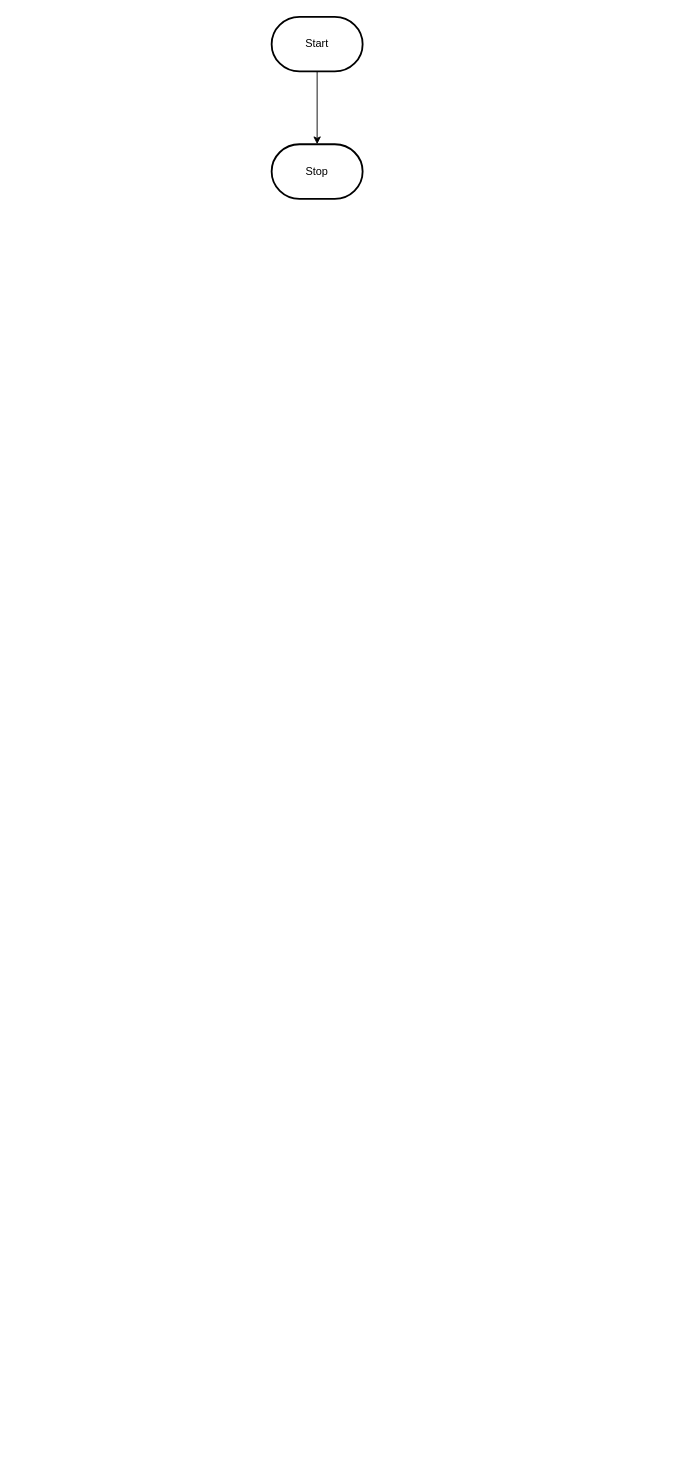
This is design/flowchart.drawio from MTHS-TEJ2O-1-2023/TEJ2O-Unit-2-09-giordan-zeina, a draw.io file, before an edit. Source tidied: cells renumbered, new cells numbered last; positions are measured from the earlier drawing's top-left corner, leaving out a move shared by most shapes. Both pictures are drawn from the tidied source at 91%, with x=0, y=0 at pixel (271, 16).
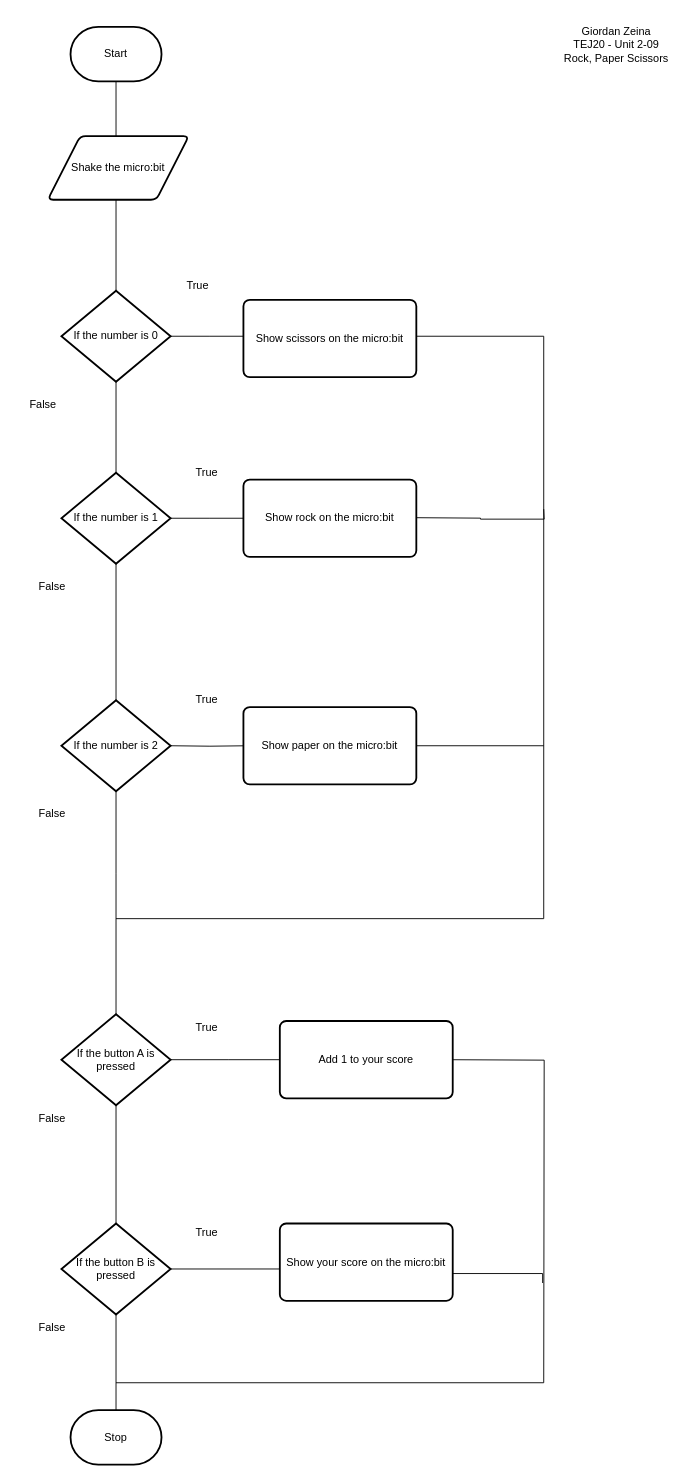
The same diagram, later.

Change to the diagram source:
```diff
@@
-    <mxCell id="2" style="edgeStyle=orthogonalEdgeStyle;html=1;rounded=0;" parent="1" edge="1" source="3" target="4">
-      <mxGeometry relative="1" as="geometry" />
+    <mxCell id="2" style="edgeStyle=orthogonalEdgeStyle;html=1;rounded=0;endArrow=none;endFill=0;" parent="1" edge="1" source="3" target="4">
+      <mxGeometry relative="1" as="geometry">
+        <Array as="points">
+          <mxPoint x="-171" y="941" />
+          <mxPoint x="-171" y="941" />
+        </Array>
+      </mxGeometry>
     </mxCell>
     <mxCell id="3" value="Start" style="strokeWidth=2;html=1;shape=mxgraph.flowchart.terminator;whiteSpace=wrap;" parent="1" vertex="1">
-      <mxGeometry width="100" height="60" as="geometry" />
+      <mxGeometry x="-221" y="11" width="100" height="60" as="geometry" />
     </mxCell>
     <mxCell id="4" value="Stop" style="strokeWidth=2;html=1;shape=mxgraph.flowchart.terminator;whiteSpace=wrap;" parent="1" vertex="1">
-      <mxGeometry y="140" width="100" height="60" as="geometry" />
+      <mxGeometry x="-221" y="1531" width="100" height="60" as="geometry" />
     </mxCell>
+    <mxCell id="5" style="edgeStyle=orthogonalEdgeStyle;rounded=0;html=1;exitX=1;exitY=0.5;exitDx=0;exitDy=0;exitPerimeter=0;entryX=0;entryY=0.5;entryDx=0;entryDy=0;endArrow=none;endFill=0;elbow=vertical;" parent="1" edge="1" source="6">
+      <mxGeometry relative="1" as="geometry">
+        <mxPoint x="-24.6" y="351" as="targetPoint" />
+      </mxGeometry>
+    </mxCell>
+    <mxCell id="6" value="If the number is 0" style="strokeWidth=2;html=1;shape=mxgraph.flowchart.decision;whiteSpace=wrap;" parent="1" vertex="1">
+      <mxGeometry x="-231" y="301" width="120" height="100" as="geometry" />
+    </mxCell>
+    <mxCell id="7" value="True" style="text;html=1;strokeColor=none;fillColor=none;align=center;verticalAlign=middle;whiteSpace=wrap;rounded=0;" parent="1" vertex="1">
+      <mxGeometry x="-111" y="281" width="60" height="30" as="geometry" />
+    </mxCell>
+    <mxCell id="8" value="False" style="text;html=1;strokeColor=none;fillColor=none;align=center;verticalAlign=middle;whiteSpace=wrap;rounded=0;" parent="1" vertex="1">
+      <mxGeometry x="-281" y="411" width="60" height="30" as="geometry" />
+    </mxCell>
+    <mxCell id="9" value="Shake the micro:bit" style="shape=parallelogram;html=1;strokeWidth=2;perimeter=parallelogramPerimeter;whiteSpace=wrap;rounded=1;arcSize=12;size=0.23;" parent="1" vertex="1">
+      <mxGeometry x="-246" y="131" width="155" height="70" as="geometry" />
+    </mxCell>
+    <mxCell id="10" style="edgeStyle=orthogonalEdgeStyle;rounded=0;html=1;exitX=1;exitY=0.5;exitDx=0;exitDy=0;endArrow=none;endFill=0;elbow=vertical;" parent="1" edge="1" source="29">
+      <mxGeometry relative="1" as="geometry">
+        <mxPoint x="299" y="991" as="targetPoint" />
+        <Array as="points">
+          <mxPoint x="109" y="351" />
+          <mxPoint x="299" y="351" />
+        </Array>
+      </mxGeometry>
+    </mxCell>
+    <mxCell id="11" style="edgeStyle=orthogonalEdgeStyle;rounded=0;html=1;exitX=1;exitY=0.5;exitDx=0;exitDy=0;exitPerimeter=0;entryX=0;entryY=0.5;entryDx=0;entryDy=0;endArrow=none;endFill=0;elbow=vertical;" parent="1" edge="1" source="12">
+      <mxGeometry relative="1" as="geometry">
+        <mxPoint x="-24.6" y="551" as="targetPoint" />
+      </mxGeometry>
+    </mxCell>
+    <mxCell id="12" value="If the number is 1" style="strokeWidth=2;html=1;shape=mxgraph.flowchart.decision;whiteSpace=wrap;" parent="1" vertex="1">
+      <mxGeometry x="-231" y="501" width="120" height="100" as="geometry" />
+    </mxCell>
+    <mxCell id="13" value="If the number is 2" style="strokeWidth=2;html=1;shape=mxgraph.flowchart.decision;whiteSpace=wrap;" parent="1" vertex="1">
+      <mxGeometry x="-231" y="751" width="120" height="100" as="geometry" />
+    </mxCell>
+    <mxCell id="14" style="edgeStyle=orthogonalEdgeStyle;rounded=0;html=1;exitX=1;exitY=0.5;exitDx=0;exitDy=0;endArrow=none;endFill=0;elbow=vertical;" parent="1" edge="1">
+      <mxGeometry relative="1" as="geometry">
+        <mxPoint x="152.6" y="801" as="sourcePoint" />
+        <mxPoint x="299" y="801" as="targetPoint" />
+      </mxGeometry>
+    </mxCell>
+    <mxCell id="15" style="edgeStyle=orthogonalEdgeStyle;rounded=0;html=1;exitX=0;exitY=0.5;exitDx=0;exitDy=0;entryX=1;entryY=0.5;entryDx=0;entryDy=0;entryPerimeter=0;endArrow=none;endFill=0;elbow=vertical;" parent="1" edge="1" target="13">
+      <mxGeometry relative="1" as="geometry">
+        <mxPoint x="-24.6" y="801" as="sourcePoint" />
+      </mxGeometry>
+    </mxCell>
+    <mxCell id="16" style="endArrow=none;html=1;rounded=0;elbow=vertical;edgeStyle=orthogonalEdgeStyle;endFill=0;" parent="1" edge="1">
+      <mxGeometry relative="1" as="geometry">
+        <mxPoint x="-171" y="991" as="sourcePoint" />
+        <mxPoint x="299" y="991" as="targetPoint" />
+      </mxGeometry>
+    </mxCell>
+    <mxCell id="17" value="False" style="text;html=1;strokeColor=none;fillColor=none;align=center;verticalAlign=middle;whiteSpace=wrap;rounded=0;" parent="1" vertex="1">
+      <mxGeometry x="-271" y="861" width="60" height="30" as="geometry" />
+    </mxCell>
+    <mxCell id="18" value="False" style="text;html=1;strokeColor=none;fillColor=none;align=center;verticalAlign=middle;whiteSpace=wrap;rounded=0;" parent="1" vertex="1">
+      <mxGeometry x="-271" y="611" width="60" height="30" as="geometry" />
+    </mxCell>
+    <mxCell id="19" value="True" style="text;html=1;strokeColor=none;fillColor=none;align=center;verticalAlign=middle;whiteSpace=wrap;rounded=0;" parent="1" vertex="1">
+      <mxGeometry x="-101" y="736" width="60" height="30" as="geometry" />
+    </mxCell>
+    <mxCell id="20" value="True" style="text;html=1;strokeColor=none;fillColor=none;align=center;verticalAlign=middle;whiteSpace=wrap;rounded=0;" parent="1" vertex="1">
+      <mxGeometry x="-101" y="486" width="60" height="30" as="geometry" />
+    </mxCell>
+    <mxCell id="21" style="edgeStyle=orthogonalEdgeStyle;rounded=0;html=1;exitX=1;exitY=0.5;exitDx=0;exitDy=0;exitPerimeter=0;endArrow=none;endFill=0;elbow=vertical;" parent="1" edge="1" source="22">
+      <mxGeometry relative="1" as="geometry">
+        <mxPoint x="15.4" y="1146" as="targetPoint" />
+      </mxGeometry>
+    </mxCell>
+    <mxCell id="22" value="If the button A is pressed" style="strokeWidth=2;html=1;shape=mxgraph.flowchart.decision;whiteSpace=wrap;" parent="1" vertex="1">
+      <mxGeometry x="-231" y="1096" width="120" height="100" as="geometry" />
+    </mxCell>
+    <mxCell id="23" style="edgeStyle=orthogonalEdgeStyle;rounded=0;html=1;exitX=1;exitY=0.5;exitDx=0;exitDy=0;endArrow=none;endFill=0;elbow=vertical;" parent="1" edge="1">
+      <mxGeometry relative="1" as="geometry">
+        <mxPoint x="192.6" y="1146" as="sourcePoint" />
+        <mxPoint x="299" y="1501" as="targetPoint" />
+      </mxGeometry>
+    </mxCell>
+    <mxCell id="24" style="edgeStyle=orthogonalEdgeStyle;rounded=0;html=1;exitX=1;exitY=0.5;exitDx=0;exitDy=0;exitPerimeter=0;entryX=0;entryY=0.588;entryDx=0;entryDy=0;endArrow=none;endFill=0;elbow=vertical;entryPerimeter=0;" parent="1" edge="1" source="25" target="34">
+      <mxGeometry relative="1" as="geometry" />
+    </mxCell>
+    <mxCell id="25" value="If the button B is pressed" style="strokeWidth=2;html=1;shape=mxgraph.flowchart.decision;whiteSpace=wrap;" parent="1" vertex="1">
+      <mxGeometry x="-231" y="1326" width="120" height="100" as="geometry" />
+    </mxCell>
+    <mxCell id="26" style="edgeStyle=orthogonalEdgeStyle;rounded=0;html=1;exitX=1;exitY=0.5;exitDx=0;exitDy=0;endArrow=none;endFill=0;elbow=vertical;" parent="1" edge="1">
+      <mxGeometry relative="1" as="geometry">
+        <mxPoint x="189" y="1391" as="sourcePoint" />
+        <mxPoint x="297.8" y="1391.4" as="targetPoint" />
+        <Array as="points">
+          <mxPoint x="188.8" y="1381" />
+          <mxPoint x="297.8" y="1381" />
+        </Array>
+      </mxGeometry>
+    </mxCell>
+    <mxCell id="27" style="endArrow=none;html=1;rounded=0;elbow=vertical;edgeStyle=orthogonalEdgeStyle;endFill=0;" parent="1" edge="1">
+      <mxGeometry relative="1" as="geometry">
+        <mxPoint x="-171" y="1501" as="sourcePoint" />
+        <mxPoint x="299" y="1501" as="targetPoint" />
+      </mxGeometry>
+    </mxCell>
+    <mxCell id="28" value="Giordan Zeina&lt;br&gt;TEJ20 - Unit 2-09&lt;br&gt;Rock, Paper Scissors" style="text;html=1;strokeColor=none;fillColor=none;align=center;verticalAlign=middle;whiteSpace=wrap;rounded=0;" parent="1" vertex="1">
+      <mxGeometry x="319" y="1" width="120" height="60" as="geometry" />
+    </mxCell>
+    <mxCell id="29" value="Show scissors on the micro:bit" style="rounded=1;whiteSpace=wrap;html=1;absoluteArcSize=1;arcSize=14;strokeWidth=2;" parent="1" vertex="1">
+      <mxGeometry x="-31" y="311" width="190" height="85" as="geometry" />
+    </mxCell>
+    <mxCell id="30" value="Show rock on the micro:bit" style="rounded=1;whiteSpace=wrap;html=1;absoluteArcSize=1;arcSize=14;strokeWidth=2;" parent="1" vertex="1">
+      <mxGeometry x="-31" y="508.5" width="190" height="85" as="geometry" />
+    </mxCell>
+    <mxCell id="31" style="edgeStyle=orthogonalEdgeStyle;rounded=0;html=1;exitX=1;exitY=0.5;exitDx=0;exitDy=0;endArrow=none;endFill=0;elbow=vertical;" parent="1" edge="1">
+      <mxGeometry relative="1" as="geometry">
+        <mxPoint x="159" y="550.4" as="sourcePoint" />
+        <mxPoint x="299" y="541" as="targetPoint" />
+      </mxGeometry>
+    </mxCell>
+    <mxCell id="32" value="Show paper on the micro:bit" style="rounded=1;whiteSpace=wrap;html=1;absoluteArcSize=1;arcSize=14;strokeWidth=2;" parent="1" vertex="1">
+      <mxGeometry x="-31" y="758.5" width="190" height="85" as="geometry" />
+    </mxCell>
+    <mxCell id="33" value="Add 1 to your score" style="rounded=1;whiteSpace=wrap;html=1;absoluteArcSize=1;arcSize=14;strokeWidth=2;" parent="1" vertex="1">
+      <mxGeometry x="9" y="1103.5" width="190" height="85" as="geometry" />
+    </mxCell>
+    <mxCell id="34" value="Show your score on the micro:bit" style="rounded=1;whiteSpace=wrap;html=1;absoluteArcSize=1;arcSize=14;strokeWidth=2;" parent="1" vertex="1">
+      <mxGeometry x="9" y="1326" width="190" height="85" as="geometry" />
+    </mxCell>
+    <mxCell id="35" value="True" style="text;html=1;strokeColor=none;fillColor=none;align=center;verticalAlign=middle;whiteSpace=wrap;rounded=0;" parent="1" vertex="1">
+      <mxGeometry x="-101" y="1321" width="60" height="30" as="geometry" />
+    </mxCell>
+    <mxCell id="36" value="True" style="text;html=1;strokeColor=none;fillColor=none;align=center;verticalAlign=middle;whiteSpace=wrap;rounded=0;" parent="1" vertex="1">
+      <mxGeometry x="-101" y="1096" width="60" height="30" as="geometry" />
+    </mxCell>
+    <mxCell id="37" value="False" style="text;html=1;strokeColor=none;fillColor=none;align=center;verticalAlign=middle;whiteSpace=wrap;rounded=0;" parent="1" vertex="1">
+      <mxGeometry x="-271" y="1426" width="60" height="30" as="geometry" />
+    </mxCell>
+    <mxCell id="38" value="False" style="text;html=1;strokeColor=none;fillColor=none;align=center;verticalAlign=middle;whiteSpace=wrap;rounded=0;" parent="1" vertex="1">
+      <mxGeometry x="-271" y="1196" width="60" height="30" as="geometry" />
+    </mxCell>
```
